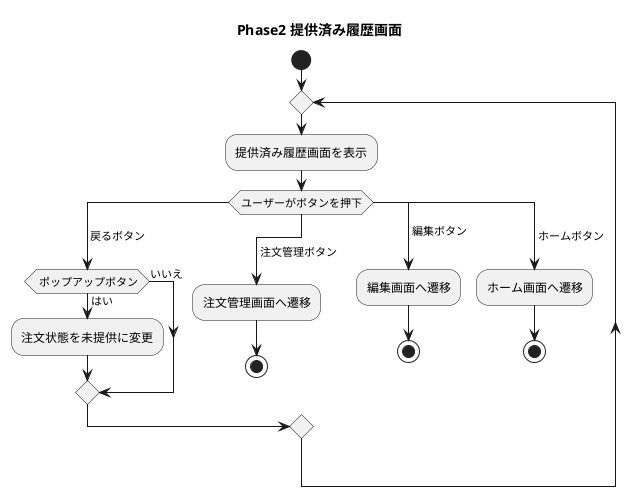
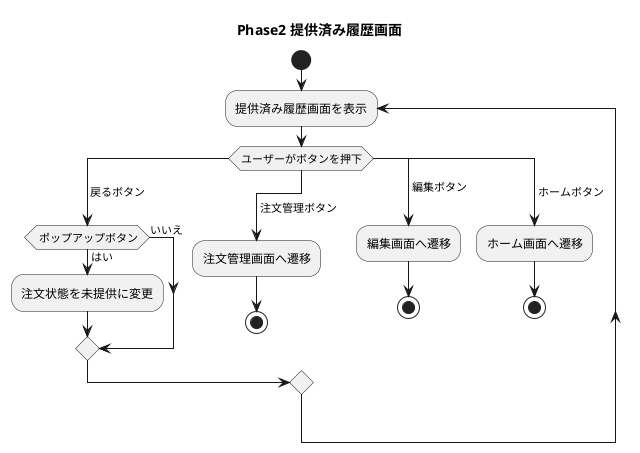
@startuml

title Phase2 提供済み履歴画面

start

- repeat
- 
- :提供済み履歴画面を表示;
+ repeat:提供済み履歴画面を表示;

switch (ユーザーがボタンを押下)

case ( 戻るボタン)

    if ( ポップアップボタン) then (はい)
        :注文状態を未提供に変更;
    else (いいえ)
    endif


case (\n 注文管理ボタン)
    :注文管理画面へ遷移;
    stop

case ( 編集ボタン)
    :編集画面へ遷移;
    stop

case ( ホームボタン)
    :ホーム画面へ遷移;
    stop

endswitch

@enduml